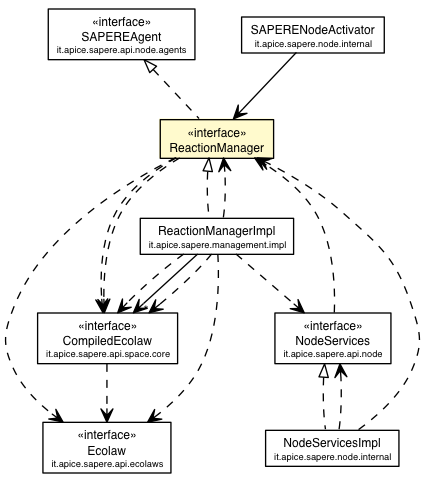
Above: deployed-site/apidocs/it/apice/sapere/api/management/ReactionManager.png in DanySK/Legacy-Contessi-Thesis-Semantic-Web-SAPERE (Graphviz), before the change. Its source is kept beside it as deployed-site/apidocs/it/apice/sapere/api/management/ReactionManager.dot.
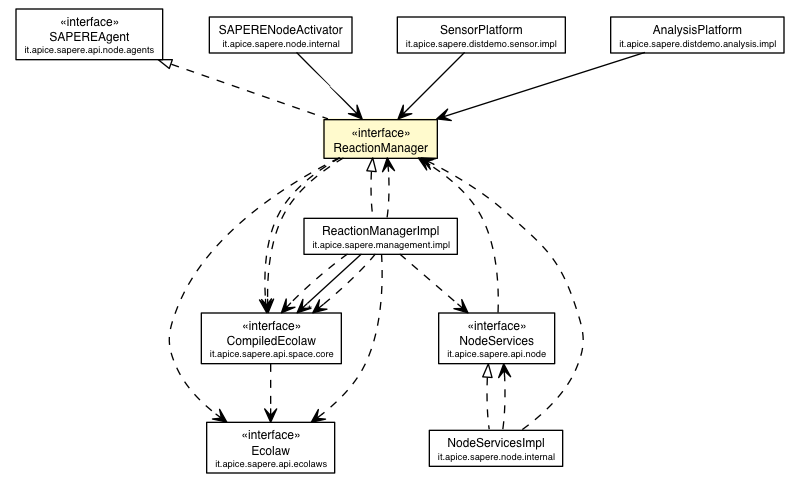
Later version of the same file.

What changed in the source:
```diff
@@ -2,73 +2,87 @@
 digraph G {
 	edge [fontname="Helvetica",fontsize=10,labelfontname="Helvetica",labelfontsize=10];
 	node [fontname="Helvetica",fontsize=10,shape=plaintext];
-	c35574 [label=<<table border="0" cellborder="1" cellspacing="0" cellpadding="2" port="p" href="../ecolaws/Ecolaw.html">
+	c41028 [label=<<table border="0" cellborder="1" cellspacing="0" cellpadding="2" port="p" href="../ecolaws/Ecolaw.html">
 		<tr><td><table border="0" cellspacing="0" cellpadding="1">
 			<tr><td> &laquo;interface&raquo; </td></tr>
 			<tr><td> Ecolaw </td></tr>
 			<tr><td><font point-size="7.0"> it.apice.sapere.api.ecolaws </font></td></tr>
 		</table></td></tr>
 		</table>>, fontname="Helvetica", fontcolor="black", fontsize=9.0];
-	c35640 [label=<<table border="0" cellborder="1" cellspacing="0" cellpadding="2" port="p" bgcolor="lemonChiffon" href="./ReactionManager.html">
+	c41094 [label=<<table border="0" cellborder="1" cellspacing="0" cellpadding="2" port="p" bgcolor="lemonChiffon" href="./ReactionManager.html">
 		<tr><td><table border="0" cellspacing="0" cellpadding="1">
 			<tr><td> &laquo;interface&raquo; </td></tr>
 			<tr><td> ReactionManager </td></tr>
 		</table></td></tr>
 		</table>>, fontname="Helvetica", fontcolor="black", fontsize=9.0];
-	c35645 [label=<<table border="0" cellborder="1" cellspacing="0" cellpadding="2" port="p" href="../node/agents/SAPEREAgent.html">
+	c41099 [label=<<table border="0" cellborder="1" cellspacing="0" cellpadding="2" port="p" href="../node/agents/SAPEREAgent.html">
 		<tr><td><table border="0" cellspacing="0" cellpadding="1">
 			<tr><td> &laquo;interface&raquo; </td></tr>
 			<tr><td> SAPEREAgent </td></tr>
 			<tr><td><font point-size="7.0"> it.apice.sapere.api.node.agents </font></td></tr>
 		</table></td></tr>
 		</table>>, fontname="Helvetica", fontcolor="black", fontsize=9.0];
-	c35651 [label=<<table border="0" cellborder="1" cellspacing="0" cellpadding="2" port="p" href="../node/NodeServices.html">
+	c41105 [label=<<table border="0" cellborder="1" cellspacing="0" cellpadding="2" port="p" href="../node/NodeServices.html">
 		<tr><td><table border="0" cellspacing="0" cellpadding="1">
 			<tr><td> &laquo;interface&raquo; </td></tr>
 			<tr><td> NodeServices </td></tr>
 			<tr><td><font point-size="7.0"> it.apice.sapere.api.node </font></td></tr>
 		</table></td></tr>
 		</table>>, fontname="Helvetica", fontcolor="black", fontsize=9.0];
-	c35656 [label=<<table border="0" cellborder="1" cellspacing="0" cellpadding="2" port="p" href="../space/core/CompiledEcolaw.html">
+	c41110 [label=<<table border="0" cellborder="1" cellspacing="0" cellpadding="2" port="p" href="../space/core/CompiledEcolaw.html">
 		<tr><td><table border="0" cellspacing="0" cellpadding="1">
 			<tr><td> &laquo;interface&raquo; </td></tr>
 			<tr><td> CompiledEcolaw </td></tr>
 			<tr><td><font point-size="7.0"> it.apice.sapere.api.space.core </font></td></tr>
 		</table></td></tr>
 		</table>>, fontname="Helvetica", fontcolor="black", fontsize=9.0];
-	c35755 [label=<<table border="0" cellborder="1" cellspacing="0" cellpadding="2" port="p" href="../../management/impl/ReactionManagerImpl.html">
+	c41209 [label=<<table border="0" cellborder="1" cellspacing="0" cellpadding="2" port="p" href="../../management/impl/ReactionManagerImpl.html">
 		<tr><td><table border="0" cellspacing="0" cellpadding="1">
 			<tr><td> ReactionManagerImpl </td></tr>
 			<tr><td><font point-size="7.0"> it.apice.sapere.management.impl </font></td></tr>
 		</table></td></tr>
 		</table>>, fontname="Helvetica", fontcolor="black", fontsize=9.0];
-	c35764 [label=<<table border="0" cellborder="1" cellspacing="0" cellpadding="2" port="p" href="../../node/internal/SAPERENodeActivator.html">
+	c41218 [label=<<table border="0" cellborder="1" cellspacing="0" cellpadding="2" port="p" href="../../node/internal/SAPERENodeActivator.html">
 		<tr><td><table border="0" cellspacing="0" cellpadding="1">
 			<tr><td> SAPERENodeActivator </td></tr>
 			<tr><td><font point-size="7.0"> it.apice.sapere.node.internal </font></td></tr>
 		</table></td></tr>
 		</table>>, fontname="Helvetica", fontcolor="black", fontsize=9.0];
-	c35765 [label=<<table border="0" cellborder="1" cellspacing="0" cellpadding="2" port="p" href="../../node/internal/NodeServicesImpl.html">
+	c41219 [label=<<table border="0" cellborder="1" cellspacing="0" cellpadding="2" port="p" href="../../node/internal/NodeServicesImpl.html">
 		<tr><td><table border="0" cellspacing="0" cellpadding="1">
 			<tr><td> NodeServicesImpl </td></tr>
 			<tr><td><font point-size="7.0"> it.apice.sapere.node.internal </font></td></tr>
 		</table></td></tr>
 		</table>>, fontname="Helvetica", fontcolor="black", fontsize=9.0];
-	c35645:p -> c35640:p [dir=back,arrowtail=empty,style=dashed];
-	c35640:p -> c35755:p [dir=back,arrowtail=empty,style=dashed];
-	c35651:p -> c35765:p [dir=back,arrowtail=empty,style=dashed];
-	c35755:p -> c35656:p [taillabel="", label="", headlabel="*", fontname="Helvetica", fontcolor="black", fontsize=10.0, color="black", arrowhead=open];
-	c35764:p -> c35640:p [taillabel="", label="", headlabel="", fontname="Helvetica", fontcolor="black", fontsize=10.0, color="black", arrowhead=open];
-	c35640:p -> c35656:p [taillabel="", label="", headlabel="", fontname="Helvetica", fontcolor="black", fontsize=10.0, color="black", arrowhead=open, style=dashed];
-	c35640:p -> c35574:p [taillabel="", label="", headlabel="", fontname="Helvetica", fontcolor="black", fontsize=10.0, color="black", arrowhead=open, style=dashed];
-	c35640:p -> c35656:p [taillabel="", label="", headlabel="", fontname="Helvetica", fontcolor="black", fontsize=10.0, color="black", arrowhead=open, style=dashed];
-	c35651:p -> c35640:p [taillabel="", label="", headlabel="", fontname="Helvetica", fontcolor="black", fontsize=10.0, color="black", arrowhead=open, style=dashed];
-	c35656:p -> c35574:p [taillabel="", label="", headlabel="", fontname="Helvetica", fontcolor="black", fontsize=10.0, color="black", arrowhead=open, style=dashed];
-	c35755:p -> c35574:p [taillabel="", label="", headlabel="", fontname="Helvetica", fontcolor="black", fontsize=10.0, color="black", arrowhead=open, style=dashed];
-	c35755:p -> c35656:p [taillabel="", label="", headlabel="", fontname="Helvetica", fontcolor="black", fontsize=10.0, color="black", arrowhead=open, style=dashed];
-	c35755:p -> c35640:p [taillabel="", label="", headlabel="", fontname="Helvetica", fontcolor="black", fontsize=10.0, color="black", arrowhead=open, style=dashed];
-	c35755:p -> c35651:p [taillabel="", label="", headlabel="", fontname="Helvetica", fontcolor="black", fontsize=10.0, color="black", arrowhead=open, style=dashed];
-	c35755:p -> c35656:p [taillabel="", label="", headlabel="", fontname="Helvetica", fontcolor="black", fontsize=10.0, color="black", arrowhead=open, style=dashed];
-	c35765:p -> c35640:p [taillabel="", label="", headlabel="", fontname="Helvetica", fontcolor="black", fontsize=10.0, color="black", arrowhead=open, style=dashed];
-	c35765:p -> c35651:p [taillabel="", label="", headlabel="", fontname="Helvetica", fontcolor="black", fontsize=10.0, color="black", arrowhead=open, style=dashed];
+	c41261 [label=<<table border="0" cellborder="1" cellspacing="0" cellpadding="2" port="p" href="../../distdemo/sensor/impl/SensorPlatform.html">
+		<tr><td><table border="0" cellspacing="0" cellpadding="1">
+			<tr><td> SensorPlatform </td></tr>
+			<tr><td><font point-size="7.0"> it.apice.sapere.distdemo.sensor.impl </font></td></tr>
+		</table></td></tr>
+		</table>>, fontname="Helvetica", fontcolor="black", fontsize=9.0];
+	c41266 [label=<<table border="0" cellborder="1" cellspacing="0" cellpadding="2" port="p" href="../../distdemo/analysis/impl/AnalysisPlatform.html">
+		<tr><td><table border="0" cellspacing="0" cellpadding="1">
+			<tr><td> AnalysisPlatform </td></tr>
+			<tr><td><font point-size="7.0"> it.apice.sapere.distdemo.analysis.impl </font></td></tr>
+		</table></td></tr>
+		</table>>, fontname="Helvetica", fontcolor="black", fontsize=9.0];
+	c41099:p -> c41094:p [dir=back,arrowtail=empty,style=dashed];
+	c41094:p -> c41209:p [dir=back,arrowtail=empty,style=dashed];
+	c41105:p -> c41219:p [dir=back,arrowtail=empty,style=dashed];
+	c41209:p -> c41110:p [taillabel="", label="", headlabel="*", fontname="Helvetica", fontcolor="black", fontsize=10.0, color="black", arrowhead=open];
+	c41218:p -> c41094:p [taillabel="", label="", headlabel="", fontname="Helvetica", fontcolor="black", fontsize=10.0, color="black", arrowhead=open];
+	c41261:p -> c41094:p [taillabel="", label="", headlabel="", fontname="Helvetica", fontcolor="black", fontsize=10.0, color="black", arrowhead=open];
+	c41266:p -> c41094:p [taillabel="", label="", headlabel="", fontname="Helvetica", fontcolor="black", fontsize=10.0, color="black", arrowhead=open];
+	c41094:p -> c41028:p [taillabel="", label="", headlabel="", fontname="Helvetica", fontcolor="black", fontsize=10.0, color="black", arrowhead=open, style=dashed];
+	c41094:p -> c41110:p [taillabel="", label="", headlabel="", fontname="Helvetica", fontcolor="black", fontsize=10.0, color="black", arrowhead=open, style=dashed];
+	c41094:p -> c41110:p [taillabel="", label="", headlabel="", fontname="Helvetica", fontcolor="black", fontsize=10.0, color="black", arrowhead=open, style=dashed];
+	c41105:p -> c41094:p [taillabel="", label="", headlabel="", fontname="Helvetica", fontcolor="black", fontsize=10.0, color="black", arrowhead=open, style=dashed];
+	c41110:p -> c41028:p [taillabel="", label="", headlabel="", fontname="Helvetica", fontcolor="black", fontsize=10.0, color="black", arrowhead=open, style=dashed];
+	c41209:p -> c41028:p [taillabel="", label="", headlabel="", fontname="Helvetica", fontcolor="black", fontsize=10.0, color="black", arrowhead=open, style=dashed];
+	c41209:p -> c41110:p [taillabel="", label="", headlabel="", fontname="Helvetica", fontcolor="black", fontsize=10.0, color="black", arrowhead=open, style=dashed];
+	c41209:p -> c41105:p [taillabel="", label="", headlabel="", fontname="Helvetica", fontcolor="black", fontsize=10.0, color="black", arrowhead=open, style=dashed];
+	c41209:p -> c41094:p [taillabel="", label="", headlabel="", fontname="Helvetica", fontcolor="black", fontsize=10.0, color="black", arrowhead=open, style=dashed];
+	c41209:p -> c41110:p [taillabel="", label="", headlabel="", fontname="Helvetica", fontcolor="black", fontsize=10.0, color="black", arrowhead=open, style=dashed];
+	c41219:p -> c41094:p [taillabel="", label="", headlabel="", fontname="Helvetica", fontcolor="black", fontsize=10.0, color="black", arrowhead=open, style=dashed];
+	c41219:p -> c41105:p [taillabel="", label="", headlabel="", fontname="Helvetica", fontcolor="black", fontsize=10.0, color="black", arrowhead=open, style=dashed];
 }
```
